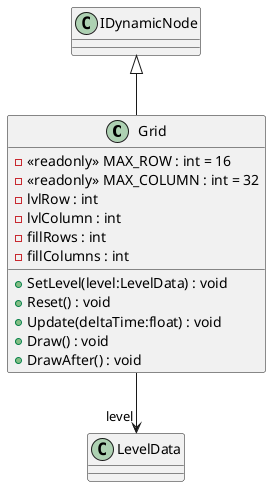
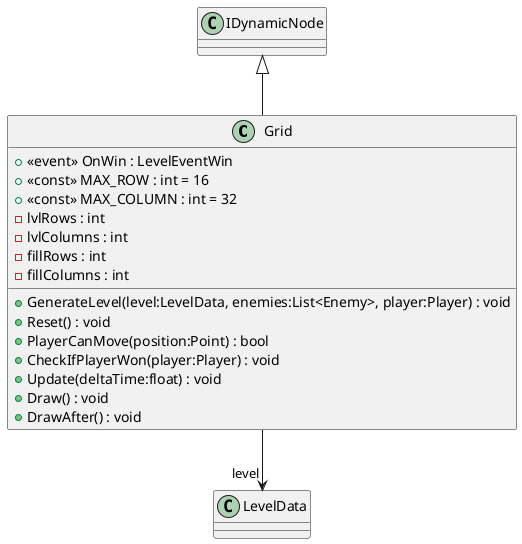
@startuml
class Grid {
-     - <<readonly>> MAX_ROW : int = 16
-     - <<readonly>> MAX_COLUMN : int = 32
-     - lvlRow : int
-     - lvlColumn : int
+     +  <<event>> OnWin : LevelEventWin
+     + <<const>> MAX_ROW : int = 16
+     + <<const>> MAX_COLUMN : int = 32
+     - lvlRows : int
+     - lvlColumns : int
    - fillRows : int
    - fillColumns : int
-     + SetLevel(level:LevelData) : void
+     + GenerateLevel(level:LevelData, enemies:List<Enemy>, player:Player) : void
    + Reset() : void
+     + PlayerCanMove(position:Point) : bool
+     + CheckIfPlayerWon(player:Player) : void
    + Update(deltaTime:float) : void
    + Draw() : void
    + DrawAfter() : void
}
IDynamicNode <|-- Grid
Grid --> "level" LevelData
@enduml
